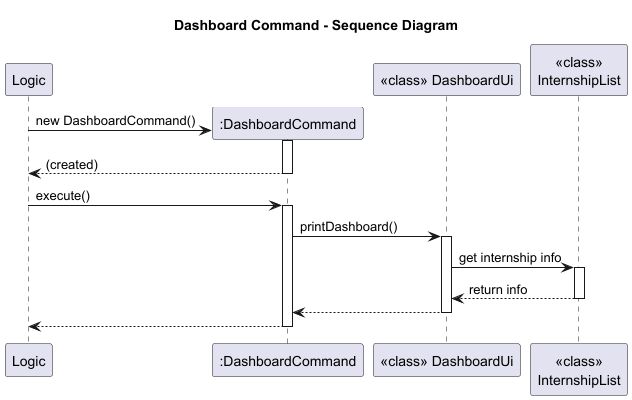
BenyAlbatross/tp keeps this PlantUML diagram as docs/diagrams/DashboardCommandSD.png. Above is the earlier version.
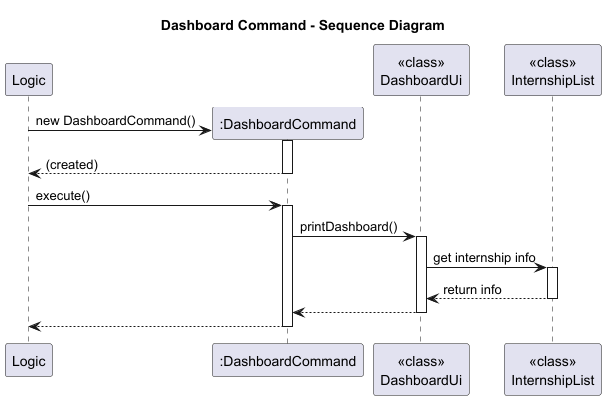
The same diagram one commit later.

Commit message:
Update DashboardCommand UML

Change to the diagram source:
```diff
@@ -3,7 +3,7 @@
 
 participant Logic
 create ":DashboardCommand" as DC
-participant "<<class>> DashboardUi" as DUi
+participant "<<class>>\nDashboardUi" as DUi
 participant "<<class>>\nInternshipList" as IL
 
 Logic -> DC** : new DashboardCommand()
```
